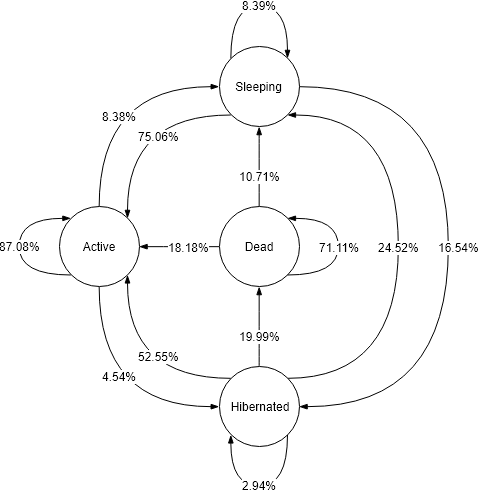
Earlier version of the draw.io export Chains/rails_chain.png (collab-uniba/developersInactivityAnalysis). Source tidied: cells renumbered, new cells last; positions are measured from the earlier drawing's top-left corner, leaving out a move shared by most shapes. Source of this version:
```xml
<mxGraphModel>
  <root>
    <mxCell id="0" />
    <mxCell id="1" parent="0" />
    <mxCell id="2" style="edgeStyle=orthogonalEdgeStyle;rounded=0;jettySize=auto;html=1;exitX=0.5;exitY=0;exitDx=0;exitDy=0;entryX=0;entryY=0.5;entryDx=0;entryDy=0;endArrow=blockThin;endFill=1;curved=1;" parent="1" edge="1" source="6" target="11">
      <mxGeometry relative="1" as="geometry" />
    </mxCell>
    <mxCell id="3" value="8.38%" style="text;html=1;align=center;verticalAlign=middle;labelBackgroundColor=#ffffff;" parent="2" vertex="1">
      <mxGeometry x="-0.16" y="-25" relative="1" as="geometry">
        <mxPoint x="-5.5" y="11.5" as="offset" />
      </mxGeometry>
    </mxCell>
    <mxCell id="4" style="edgeStyle=orthogonalEdgeStyle;curved=1;rounded=0;jettySize=auto;html=1;exitX=0.5;exitY=1;exitDx=0;exitDy=0;entryX=0;entryY=0.5;entryDx=0;entryDy=0;endArrow=blockThin;endFill=1;" parent="1" edge="1" source="6" target="23">
      <mxGeometry relative="1" as="geometry">
        <Array as="points">
          <mxPoint x="80" y="401.5" />
        </Array>
      </mxGeometry>
    </mxCell>
    <mxCell id="5" value="4.54%" style="text;html=1;align=center;verticalAlign=middle;labelBackgroundColor=#ffffff;" parent="4" vertex="1">
      <mxGeometry x="-0.21" y="-16" relative="1" as="geometry">
        <mxPoint x="35.5" y="-5.5" as="offset" />
      </mxGeometry>
    </mxCell>
    <mxCell id="6" value="Active" style="ellipse;whiteSpace=wrap;html=1;" parent="1" vertex="1">
      <mxGeometry x="39.5" y="201" width="80" height="80" as="geometry" />
    </mxCell>
    <mxCell id="7" style="edgeStyle=orthogonalEdgeStyle;curved=1;rounded=0;jettySize=auto;html=1;exitX=0;exitY=1;exitDx=0;exitDy=0;entryX=1;entryY=0;entryDx=0;entryDy=0;endArrow=blockThin;endFill=1;" parent="1" edge="1" source="11" target="6">
      <mxGeometry relative="1" as="geometry">
        <Array as="points">
          <mxPoint x="108" y="109.5" />
        </Array>
      </mxGeometry>
    </mxCell>
    <mxCell id="8" value="75.06%" style="text;html=1;align=center;verticalAlign=middle;labelBackgroundColor=#ffffff;" parent="7" vertex="1">
      <mxGeometry x="-0.24" y="-12" relative="1" as="geometry">
        <mxPoint x="7" y="33.5" as="offset" />
      </mxGeometry>
    </mxCell>
    <mxCell id="9" style="edgeStyle=orthogonalEdgeStyle;curved=1;rounded=0;jettySize=auto;html=1;exitX=1;exitY=0.5;exitDx=0;exitDy=0;entryX=1;entryY=0.5;entryDx=0;entryDy=0;endArrow=blockThin;endFill=1;" parent="1" edge="1" source="11" target="23">
      <mxGeometry relative="1" as="geometry">
        <Array as="points">
          <mxPoint x="429" y="81.5" />
          <mxPoint x="429" y="401.5" />
        </Array>
      </mxGeometry>
    </mxCell>
    <mxCell id="10" value="16.54%&lt;br&gt;" style="text;html=1;align=center;verticalAlign=middle;labelBackgroundColor=#ffffff;" parent="9" vertex="1">
      <mxGeometry x="-0.15" y="-5" relative="1" as="geometry">
        <mxPoint x="15.5" y="46" as="offset" />
      </mxGeometry>
    </mxCell>
    <mxCell id="11" value="Sleeping" style="ellipse;whiteSpace=wrap;html=1;" parent="1" vertex="1">
      <mxGeometry x="199.5" y="41" width="80" height="80" as="geometry" />
    </mxCell>
    <mxCell id="12" style="edgeStyle=orthogonalEdgeStyle;curved=1;rounded=0;jettySize=auto;html=1;exitX=0.5;exitY=0;exitDx=0;exitDy=0;entryX=0.5;entryY=1;entryDx=0;entryDy=0;endArrow=blockThin;endFill=1;" parent="1" edge="1" source="16" target="11">
      <mxGeometry relative="1" as="geometry">
        <Array as="points">
          <mxPoint x="240" y="140.5" />
          <mxPoint x="240" y="140.5" />
        </Array>
      </mxGeometry>
    </mxCell>
    <mxCell id="13" value="10.71%" style="text;html=1;align=center;verticalAlign=middle;labelBackgroundColor=#ffffff;" parent="12" vertex="1">
      <mxGeometry x="-0.24" y="24" relative="1" as="geometry">
        <mxPoint x="24" y="-0.5" as="offset" />
      </mxGeometry>
    </mxCell>
    <mxCell id="14" style="edgeStyle=orthogonalEdgeStyle;curved=1;rounded=0;jettySize=auto;html=1;endArrow=blockThin;endFill=1;entryX=1;entryY=0.5;entryDx=0;entryDy=0;exitX=0;exitY=0.5;exitDx=0;exitDy=0;" parent="1" edge="1" source="16" target="6">
      <mxGeometry relative="1" as="geometry">
        <Array as="points">
          <mxPoint x="200" y="240.5" />
          <mxPoint x="159" y="240.5" />
          <mxPoint x="159" y="241.5" />
        </Array>
      </mxGeometry>
    </mxCell>
    <mxCell id="15" value="18.18%" style="text;html=1;align=center;verticalAlign=middle;labelBackgroundColor=#ffffff;" parent="14" vertex="1">
      <mxGeometry x="0.12" y="-2" relative="1" as="geometry">
        <mxPoint x="14.5" y="2" as="offset" />
      </mxGeometry>
    </mxCell>
    <mxCell id="16" value="Dead" style="ellipse;whiteSpace=wrap;html=1;" parent="1" vertex="1">
      <mxGeometry x="199.5" y="201" width="80" height="80" as="geometry" />
    </mxCell>
    <mxCell id="17" style="edgeStyle=orthogonalEdgeStyle;curved=1;rounded=0;jettySize=auto;html=1;entryX=1;entryY=1;entryDx=0;entryDy=0;endArrow=blockThin;endFill=1;exitX=0;exitY=0;exitDx=0;exitDy=0;" parent="1" edge="1" source="23" target="6">
      <mxGeometry relative="1" as="geometry" />
    </mxCell>
    <mxCell id="18" value="52.55%&lt;br&gt;" style="text;html=1;align=center;verticalAlign=middle;labelBackgroundColor=#ffffff;" parent="17" vertex="1">
      <mxGeometry x="-0.24" y="-22" relative="1" as="geometry">
        <mxPoint x="6" as="offset" />
      </mxGeometry>
    </mxCell>
    <mxCell id="19" style="edgeStyle=orthogonalEdgeStyle;curved=1;rounded=0;jettySize=auto;html=1;entryX=0.5;entryY=1;entryDx=0;entryDy=0;endArrow=blockThin;endFill=1;exitX=0.5;exitY=0;exitDx=0;exitDy=0;" parent="1" edge="1" source="23" target="16">
      <mxGeometry relative="1" as="geometry" />
    </mxCell>
    <mxCell id="20" value="19.99%" style="text;html=1;align=center;verticalAlign=middle;labelBackgroundColor=#ffffff;" parent="19" vertex="1">
      <mxGeometry x="-0.27" y="19" relative="1" as="geometry">
        <mxPoint x="19" y="-1" as="offset" />
      </mxGeometry>
    </mxCell>
    <mxCell id="21" style="edgeStyle=orthogonalEdgeStyle;curved=1;rounded=0;jettySize=auto;html=1;exitX=1;exitY=0;exitDx=0;exitDy=0;entryX=1;entryY=1;entryDx=0;entryDy=0;endArrow=blockThin;endFill=1;" parent="1" edge="1" source="23" target="11">
      <mxGeometry relative="1" as="geometry">
        <Array as="points">
          <mxPoint x="379" y="372.5" />
          <mxPoint x="379" y="109.5" />
        </Array>
      </mxGeometry>
    </mxCell>
    <mxCell id="22" value="24.52%" style="text;html=1;align=center;verticalAlign=middle;labelBackgroundColor=#ffffff;direction=south;" parent="21" vertex="1">
      <mxGeometry y="-25" relative="1" as="geometry">
        <mxPoint x="-24.5" as="offset" />
      </mxGeometry>
    </mxCell>
    <mxCell id="23" value="Hibernated" style="ellipse;whiteSpace=wrap;html=1;" parent="1" vertex="1">
      <mxGeometry x="199.5" y="361" width="80" height="80" as="geometry" />
    </mxCell>
    <mxCell id="24" style="edgeStyle=orthogonalEdgeStyle;curved=1;rounded=0;orthogonalLoop=1;jettySize=auto;html=1;exitX=0;exitY=1;exitDx=0;exitDy=0;endArrow=blockThin;endFill=1;entryX=0;entryY=0;entryDx=0;entryDy=0;" parent="1" edge="1" source="6" target="6">
      <mxGeometry relative="1" as="geometry">
        <Array as="points">
          <mxPoint y="269.5" />
          <mxPoint y="212.5" />
        </Array>
      </mxGeometry>
    </mxCell>
    <mxCell id="25" value="87.08%" style="text;html=1;align=center;verticalAlign=middle;labelBackgroundColor=#ffffff;" parent="24" vertex="1">
      <mxGeometry x="0.2" y="-2" relative="1" as="geometry">
        <mxPoint x="-1.5" y="15.5" as="offset" />
      </mxGeometry>
    </mxCell>
    <mxCell id="26" style="edgeStyle=orthogonalEdgeStyle;curved=1;rounded=0;orthogonalLoop=1;jettySize=auto;html=1;exitX=1;exitY=1;exitDx=0;exitDy=0;entryX=0;entryY=1;entryDx=0;entryDy=0;endArrow=blockThin;endFill=1;" parent="1" edge="1" source="23" target="23">
      <mxGeometry relative="1" as="geometry">
        <Array as="points">
          <mxPoint x="268" y="480.5" />
          <mxPoint x="211" y="480.5" />
        </Array>
      </mxGeometry>
    </mxCell>
    <mxCell id="27" value="2.94%" style="text;html=1;align=center;verticalAlign=middle;labelBackgroundColor=#ffffff;" parent="26" vertex="1">
      <mxGeometry x="-0.36" y="-16" relative="1" as="geometry">
        <mxPoint x="-12.5" y="0.5" as="offset" />
      </mxGeometry>
    </mxCell>
    <mxCell id="28" style="edgeStyle=orthogonalEdgeStyle;curved=1;rounded=0;orthogonalLoop=1;jettySize=auto;html=1;exitX=1;exitY=1;exitDx=0;exitDy=0;entryX=1;entryY=0;entryDx=0;entryDy=0;endArrow=blockThin;endFill=1;" parent="1" edge="1" source="16" target="16">
      <mxGeometry relative="1" as="geometry">
        <Array as="points">
          <mxPoint x="319" y="269.5" />
          <mxPoint x="319" y="212.5" />
        </Array>
      </mxGeometry>
    </mxCell>
    <mxCell id="29" value="71.11%" style="text;html=1;align=center;verticalAlign=middle;labelBackgroundColor=#ffffff;" parent="28" vertex="1">
      <mxGeometry x="0.1" y="-1" relative="1" as="geometry">
        <mxPoint x="-0.5" y="8.5" as="offset" />
      </mxGeometry>
    </mxCell>
    <mxCell id="30" style="edgeStyle=orthogonalEdgeStyle;curved=1;rounded=0;orthogonalLoop=1;jettySize=auto;html=1;exitX=0;exitY=0;exitDx=0;exitDy=0;entryX=1;entryY=0;entryDx=0;entryDy=0;endArrow=blockThin;endFill=1;" parent="1" edge="1" source="11" target="11">
      <mxGeometry relative="1" as="geometry">
        <Array as="points">
          <mxPoint x="211" y="0.5" />
          <mxPoint x="268" y="0.5" />
        </Array>
      </mxGeometry>
    </mxCell>
    <mxCell id="31" value="8.39%" style="text;html=1;align=center;verticalAlign=middle;labelBackgroundColor=#ffffff;" parent="30" vertex="1">
      <mxGeometry x="0.18" y="-2" relative="1" as="geometry">
        <mxPoint x="-14" y="-2.5" as="offset" />
      </mxGeometry>
    </mxCell>
  </root>
</mxGraphModel>
```
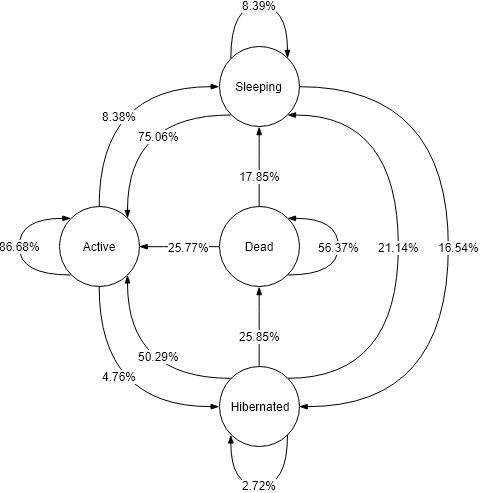
The same diagram one commit later.

Change to the diagram source:
```diff
@@ -17,7 +17,7 @@
         </Array>
       </mxGeometry>
     </mxCell>
-    <mxCell id="5" value="4.54%" style="text;html=1;align=center;verticalAlign=middle;labelBackgroundColor=#ffffff;" parent="4" vertex="1">
+    <mxCell id="5" value="4.76%" style="text;html=1;align=center;verticalAlign=middle;labelBackgroundColor=#ffffff;" parent="4" vertex="1">
       <mxGeometry x="-0.21" y="-16" relative="1" as="geometry">
         <mxPoint x="35.5" y="-5.5" as="offset" />
       </mxGeometry>
@@ -61,7 +61,7 @@
         </Array>
       </mxGeometry>
     </mxCell>
-    <mxCell id="13" value="10.71%" style="text;html=1;align=center;verticalAlign=middle;labelBackgroundColor=#ffffff;" parent="12" vertex="1">
+    <mxCell id="13" value="17.85%" style="text;html=1;align=center;verticalAlign=middle;labelBackgroundColor=#ffffff;" parent="12" vertex="1">
       <mxGeometry x="-0.24" y="24" relative="1" as="geometry">
         <mxPoint x="24" y="-0.5" as="offset" />
       </mxGeometry>
@@ -75,7 +75,7 @@
         </Array>
       </mxGeometry>
     </mxCell>
-    <mxCell id="15" value="18.18%" style="text;html=1;align=center;verticalAlign=middle;labelBackgroundColor=#ffffff;" parent="14" vertex="1">
+    <mxCell id="15" value="25.77%" style="text;html=1;align=center;verticalAlign=middle;labelBackgroundColor=#ffffff;" parent="14" vertex="1">
       <mxGeometry x="0.12" y="-2" relative="1" as="geometry">
         <mxPoint x="14.5" y="2" as="offset" />
       </mxGeometry>
@@ -86,7 +86,7 @@
     <mxCell id="17" style="edgeStyle=orthogonalEdgeStyle;curved=1;rounded=0;jettySize=auto;html=1;entryX=1;entryY=1;entryDx=0;entryDy=0;endArrow=blockThin;endFill=1;exitX=0;exitY=0;exitDx=0;exitDy=0;" parent="1" edge="1" source="23" target="6">
       <mxGeometry relative="1" as="geometry" />
     </mxCell>
-    <mxCell id="18" value="52.55%&lt;br&gt;" style="text;html=1;align=center;verticalAlign=middle;labelBackgroundColor=#ffffff;" parent="17" vertex="1">
+    <mxCell id="18" value="50.29%&lt;br&gt;" style="text;html=1;align=center;verticalAlign=middle;labelBackgroundColor=#ffffff;" parent="17" vertex="1">
       <mxGeometry x="-0.24" y="-22" relative="1" as="geometry">
         <mxPoint x="6" as="offset" />
       </mxGeometry>
@@ -94,7 +94,7 @@
     <mxCell id="19" style="edgeStyle=orthogonalEdgeStyle;curved=1;rounded=0;jettySize=auto;html=1;entryX=0.5;entryY=1;entryDx=0;entryDy=0;endArrow=blockThin;endFill=1;exitX=0.5;exitY=0;exitDx=0;exitDy=0;" parent="1" edge="1" source="23" target="16">
       <mxGeometry relative="1" as="geometry" />
     </mxCell>
-    <mxCell id="20" value="19.99%" style="text;html=1;align=center;verticalAlign=middle;labelBackgroundColor=#ffffff;" parent="19" vertex="1">
+    <mxCell id="20" value="25.85%" style="text;html=1;align=center;verticalAlign=middle;labelBackgroundColor=#ffffff;" parent="19" vertex="1">
       <mxGeometry x="-0.27" y="19" relative="1" as="geometry">
         <mxPoint x="19" y="-1" as="offset" />
       </mxGeometry>
@@ -107,7 +107,7 @@
         </Array>
       </mxGeometry>
     </mxCell>
-    <mxCell id="22" value="24.52%" style="text;html=1;align=center;verticalAlign=middle;labelBackgroundColor=#ffffff;direction=south;" parent="21" vertex="1">
+    <mxCell id="22" value="21.14%" style="text;html=1;align=center;verticalAlign=middle;labelBackgroundColor=#ffffff;direction=south;" parent="21" vertex="1">
       <mxGeometry y="-25" relative="1" as="geometry">
         <mxPoint x="-24.5" as="offset" />
       </mxGeometry>
@@ -123,7 +123,7 @@
         </Array>
       </mxGeometry>
     </mxCell>
-    <mxCell id="25" value="87.08%" style="text;html=1;align=center;verticalAlign=middle;labelBackgroundColor=#ffffff;" parent="24" vertex="1">
+    <mxCell id="25" value="86.68%" style="text;html=1;align=center;verticalAlign=middle;labelBackgroundColor=#ffffff;" parent="24" vertex="1">
       <mxGeometry x="0.2" y="-2" relative="1" as="geometry">
         <mxPoint x="-1.5" y="15.5" as="offset" />
       </mxGeometry>
@@ -136,7 +136,7 @@
         </Array>
       </mxGeometry>
     </mxCell>
-    <mxCell id="27" value="2.94%" style="text;html=1;align=center;verticalAlign=middle;labelBackgroundColor=#ffffff;" parent="26" vertex="1">
+    <mxCell id="27" value="2.72%" style="text;html=1;align=center;verticalAlign=middle;labelBackgroundColor=#ffffff;" parent="26" vertex="1">
       <mxGeometry x="-0.36" y="-16" relative="1" as="geometry">
         <mxPoint x="-12.5" y="0.5" as="offset" />
       </mxGeometry>
@@ -149,7 +149,7 @@
         </Array>
       </mxGeometry>
     </mxCell>
-    <mxCell id="29" value="71.11%" style="text;html=1;align=center;verticalAlign=middle;labelBackgroundColor=#ffffff;" parent="28" vertex="1">
+    <mxCell id="29" value="56.37%" style="text;html=1;align=center;verticalAlign=middle;labelBackgroundColor=#ffffff;" parent="28" vertex="1">
       <mxGeometry x="0.1" y="-1" relative="1" as="geometry">
         <mxPoint x="-0.5" y="8.5" as="offset" />
       </mxGeometry>
```
